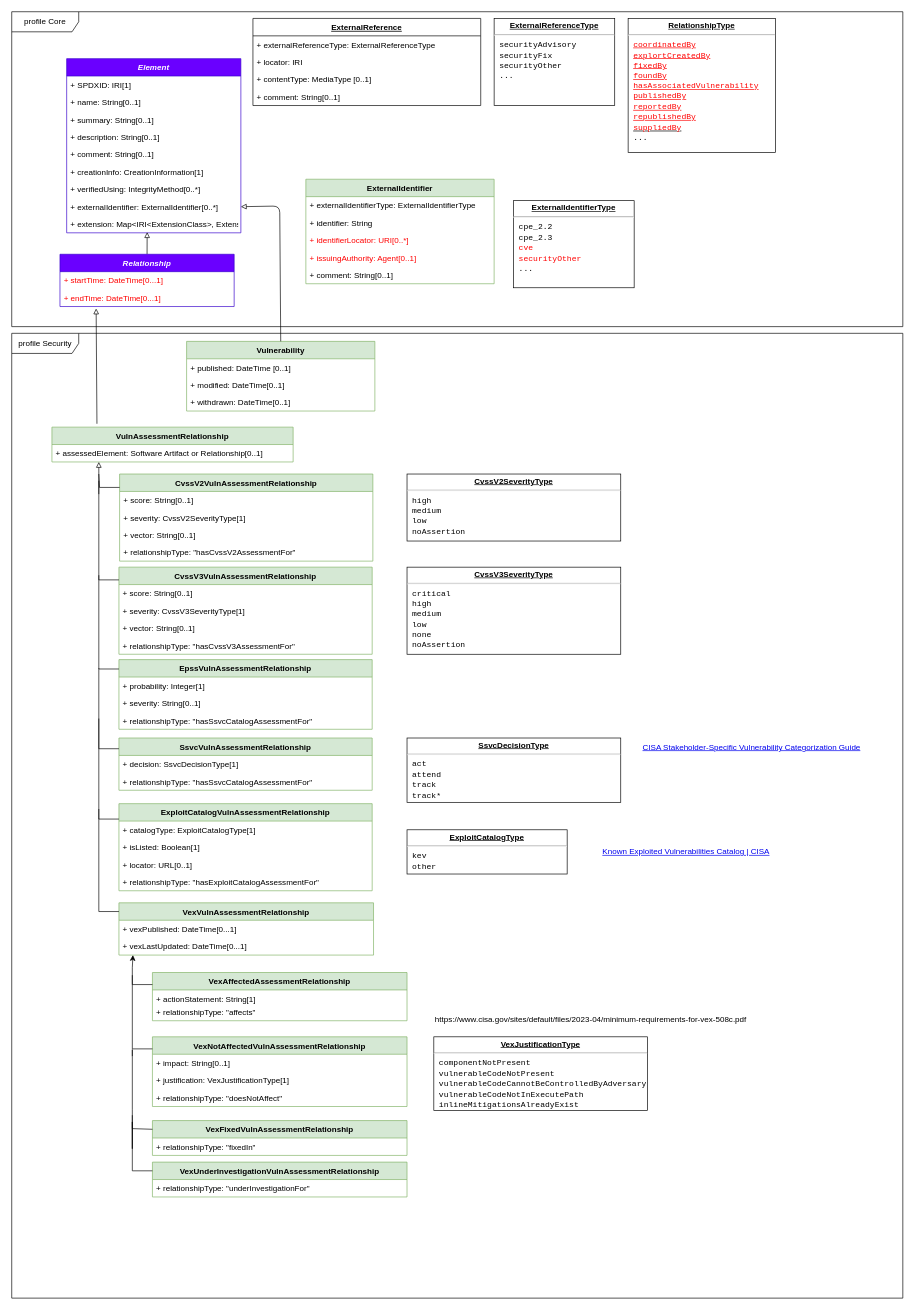
The draw.io diagram model-security-profile.drawio in spdx/spdx-3-model, before the edit. Source tidied: cells renumbered, new cells numbered last; positions are measured from the earlier drawing's top-left corner, leaving out a move shared by most shapes. Both pictures are drawn from the tidied source at 67%, with x=0, y=0 at pixel (11, 11).
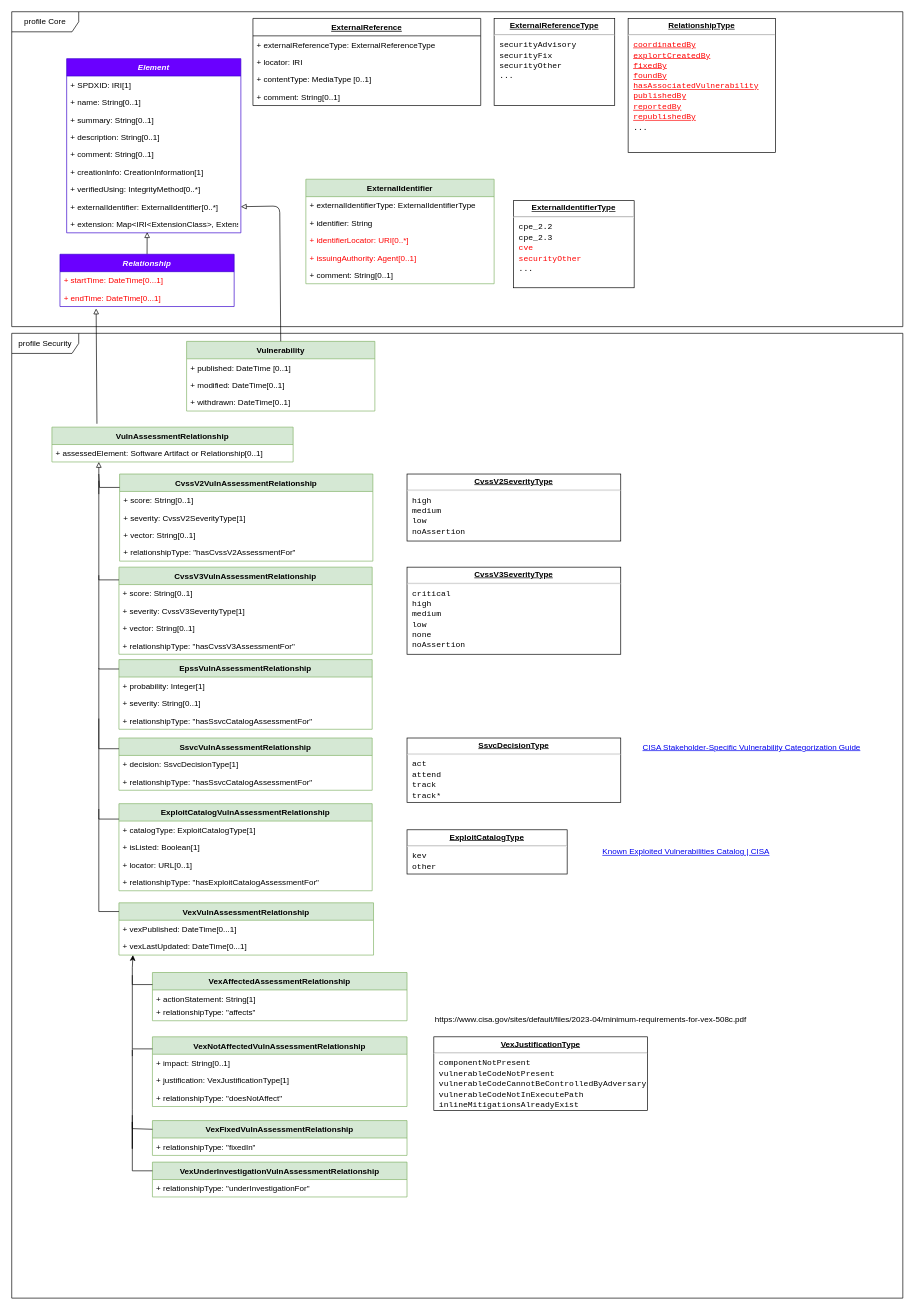
After the change.

Commit message (it also covers changes not shown here):
Remove suppliedBy from model diagrams

Was replaced recently by republishedBy

What changed in the source:
```diff
@@
-    <mxCell id="73" value="&lt;p style=&quot;margin: 0px ; margin-top: 4px ; text-align: center ; text-decoration: underline&quot;&gt;&lt;b&gt;RelationshipType&lt;/b&gt;&lt;/p&gt;&lt;hr&gt;&lt;p style=&quot;margin: 0px ; margin-left: 8px&quot;&gt;&lt;u style=&quot;color: rgb(255, 0, 0); font-family: &amp;quot;Courier New&amp;quot;; background-color: initial;&quot;&gt;coordinatedBy&lt;/u&gt;&lt;br&gt;&lt;/p&gt;&lt;p style=&quot;margin: 0px ; margin-left: 8px&quot;&gt;&lt;font color=&quot;#ff0000&quot; face=&quot;Courier New&quot;&gt;&lt;u style=&quot;&quot;&gt;explortCreatedBy&lt;/u&gt;&lt;/font&gt;&lt;/p&gt;&lt;p style=&quot;margin: 0px ; margin-left: 8px&quot;&gt;&lt;u style=&quot;color: rgb(255, 0, 0); font-family: &amp;quot;Courier New&amp;quot;; background-color: initial;&quot;&gt;fixedBy&lt;/u&gt;&lt;br&gt;&lt;/p&gt;&lt;p style=&quot;margin: 0px ; margin-left: 8px&quot;&gt;&lt;font color=&quot;#ff0000&quot; face=&quot;Courier New&quot;&gt;&lt;u style=&quot;&quot;&gt;foundBy&lt;/u&gt;&lt;/font&gt;&lt;/p&gt;&lt;p style=&quot;margin: 0px ; margin-left: 8px&quot;&gt;&lt;font color=&quot;#ff0000&quot; face=&quot;Courier New&quot;&gt;&lt;u style=&quot;&quot;&gt;hasAssociatedVulnerability&lt;/u&gt;&lt;/font&gt;&lt;/p&gt;&lt;p style=&quot;margin: 0px ; margin-left: 8px&quot;&gt;&lt;u style=&quot;color: rgb(255, 0, 0); font-family: &amp;quot;Courier New&amp;quot;; background-color: initial;&quot;&gt;publishedBy&lt;/u&gt;&lt;br&gt;&lt;/p&gt;&lt;p style=&quot;margin: 0px ; margin-left: 8px&quot;&gt;&lt;font color=&quot;#ff0000&quot; face=&quot;Courier New&quot;&gt;&lt;u style=&quot;&quot;&gt;reportedBy&lt;/u&gt;&lt;/font&gt;&lt;/p&gt;&lt;p style=&quot;margin: 0px ; margin-left: 8px&quot;&gt;&lt;font color=&quot;#ff0000&quot; face=&quot;Courier New&quot;&gt;&lt;u style=&quot;&quot;&gt;republishedBy&lt;/u&gt;&lt;/font&gt;&lt;/p&gt;&lt;p style=&quot;margin: 0px ; margin-left: 8px&quot;&gt;&lt;font face=&quot;Courier New&quot;&gt;&lt;u style=&quot;&quot;&gt;&lt;font color=&quot;#ff0000&quot;&gt;suppliedBy&lt;/font&gt;&lt;br&gt;&lt;/u&gt;&lt;/font&gt;&lt;/p&gt;&lt;p style=&quot;margin: 0px ; margin-left: 8px&quot;&gt;&lt;font face=&quot;Courier New&quot;&gt;...&lt;/font&gt;&lt;/p&gt;&lt;p style=&quot;margin: 0px ; margin-left: 8px&quot;&gt;&lt;br&gt;&lt;/p&gt;" style="verticalAlign=top;align=left;overflow=fill;fontSize=12;fontFamily=Helvetica;html=1;" parent="1" vertex="1">
+    <mxCell id="73" value="&lt;p style=&quot;margin: 0px ; margin-top: 4px ; text-align: center ; text-decoration: underline&quot;&gt;&lt;b&gt;RelationshipType&lt;/b&gt;&lt;/p&gt;&lt;hr&gt;&lt;p style=&quot;margin: 0px ; margin-left: 8px&quot;&gt;&lt;u style=&quot;color: rgb(255, 0, 0); font-family: &amp;quot;Courier New&amp;quot;; background-color: initial;&quot;&gt;coordinatedBy&lt;/u&gt;&lt;br&gt;&lt;/p&gt;&lt;p style=&quot;margin: 0px ; margin-left: 8px&quot;&gt;&lt;font color=&quot;#ff0000&quot; face=&quot;Courier New&quot;&gt;&lt;u style=&quot;&quot;&gt;explortCreatedBy&lt;/u&gt;&lt;/font&gt;&lt;/p&gt;&lt;p style=&quot;margin: 0px ; margin-left: 8px&quot;&gt;&lt;u style=&quot;color: rgb(255, 0, 0); font-family: &amp;quot;Courier New&amp;quot;; background-color: initial;&quot;&gt;fixedBy&lt;/u&gt;&lt;br&gt;&lt;/p&gt;&lt;p style=&quot;margin: 0px ; margin-left: 8px&quot;&gt;&lt;font color=&quot;#ff0000&quot; face=&quot;Courier New&quot;&gt;&lt;u style=&quot;&quot;&gt;foundBy&lt;/u&gt;&lt;/font&gt;&lt;/p&gt;&lt;p style=&quot;margin: 0px ; margin-left: 8px&quot;&gt;&lt;font color=&quot;#ff0000&quot; face=&quot;Courier New&quot;&gt;&lt;u style=&quot;&quot;&gt;hasAssociatedVulnerability&lt;/u&gt;&lt;/font&gt;&lt;/p&gt;&lt;p style=&quot;margin: 0px ; margin-left: 8px&quot;&gt;&lt;u style=&quot;color: rgb(255, 0, 0); font-family: &amp;quot;Courier New&amp;quot;; background-color: initial;&quot;&gt;publishedBy&lt;/u&gt;&lt;br&gt;&lt;/p&gt;&lt;p style=&quot;margin: 0px ; margin-left: 8px&quot;&gt;&lt;font color=&quot;#ff0000&quot; face=&quot;Courier New&quot;&gt;&lt;u style=&quot;&quot;&gt;reportedBy&lt;/u&gt;&lt;/font&gt;&lt;/p&gt;&lt;p style=&quot;margin: 0px ; margin-left: 8px&quot;&gt;&lt;font color=&quot;#ff0000&quot; face=&quot;Courier New&quot;&gt;&lt;u style=&quot;&quot;&gt;republishedBy&lt;/u&gt;&lt;/font&gt;&lt;/p&gt;&lt;p style=&quot;margin: 0px ; margin-left: 8px&quot;&gt;&lt;span style=&quot;font-family: &amp;quot;Courier New&amp;quot;; background-color: initial;&quot;&gt;...&lt;/span&gt;&lt;br&gt;&lt;/p&gt;&lt;p style=&quot;margin: 0px ; margin-left: 8px&quot;&gt;&lt;br&gt;&lt;/p&gt;" style="verticalAlign=top;align=left;overflow=fill;fontSize=12;fontFamily=Helvetica;html=1;" parent="1" vertex="1">
       <mxGeometry x="920" y="10" width="220" height="200" as="geometry" />
     </mxCell>
```
